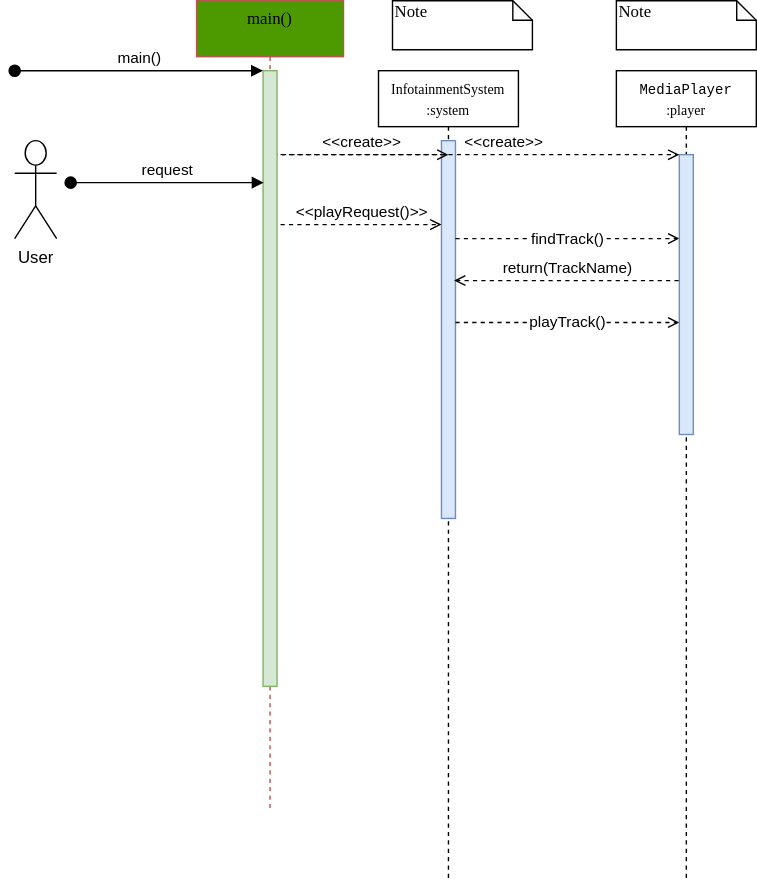
iwakawa0510/UML_Practice keeps this draw.io diagram as exercises/exercise2/sequence.drawio.svg. Above is the earlier version. Source tidied: cells renumbered, new cells last; positions are measured from the earlier drawing's top-left corner, leaving out a move shared by most shapes.
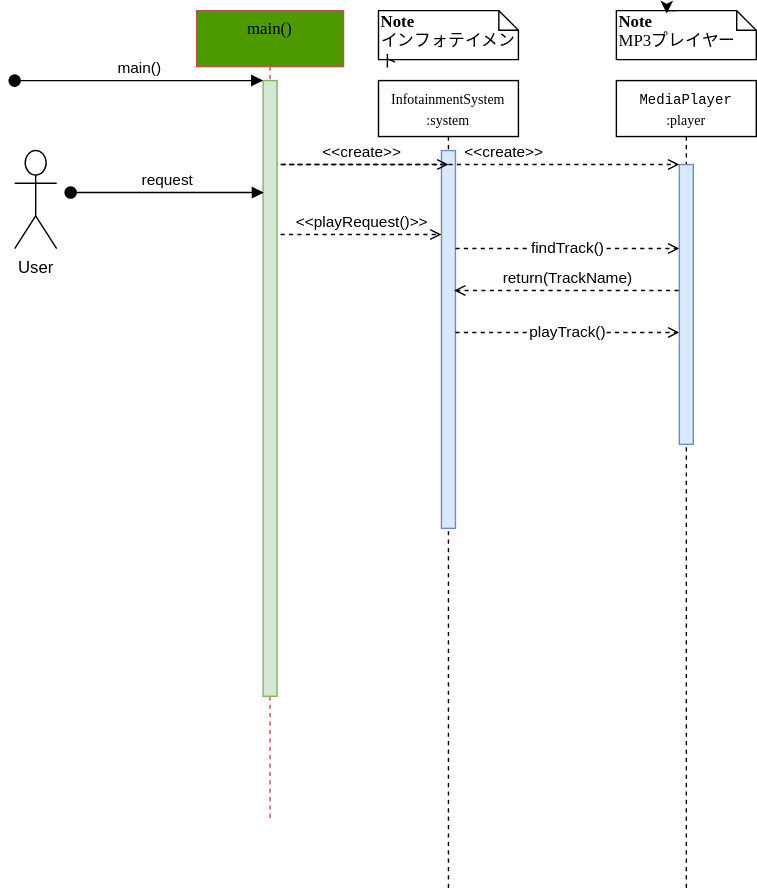
Above is the later version.

Commit message:
sequence.drawio.svg を更新します

What changed in the source:
```diff
@@ -50,10 +50,10 @@
         <mxPoint x="175" y="160" as="targetPoint" />
       </mxGeometry>
     </mxCell>
-    <mxCell id="13" value="Note" style="shape=note;whiteSpace=wrap;html=1;size=14;verticalAlign=top;align=left;spacingTop=-6;rounded=0;shadow=0;comic=0;labelBackgroundColor=none;strokeWidth=1;fontFamily=Verdana;fontSize=12;" parent="1" vertex="1">
-      <mxGeometry x="270" width="100" height="35" as="geometry" />
+    <mxCell id="13" value="&lt;b&gt;Note&lt;br&gt;&lt;/b&gt;インフォテイメント" style="shape=note;whiteSpace=wrap;html=1;size=14;verticalAlign=top;align=left;spacingTop=-6;rounded=0;shadow=0;comic=0;labelBackgroundColor=none;strokeWidth=1;fontFamily=Verdana;fontSize=12;" parent="1" vertex="1">
+      <mxGeometry x="260" width="100" height="35" as="geometry" />
     </mxCell>
-    <mxCell id="14" value="Note" style="shape=note;whiteSpace=wrap;html=1;size=14;verticalAlign=top;align=left;spacingTop=-6;rounded=0;shadow=0;comic=0;labelBackgroundColor=none;strokeWidth=1;fontFamily=Verdana;fontSize=12;" parent="1" vertex="1">
+    <mxCell id="14" value="&lt;b&gt;Note&lt;br&gt;&lt;/b&gt;MP3プレイヤー" style="shape=note;whiteSpace=wrap;html=1;size=14;verticalAlign=top;align=left;spacingTop=-6;rounded=0;shadow=0;comic=0;labelBackgroundColor=none;strokeWidth=1;fontFamily=Verdana;fontSize=12;" parent="1" vertex="1">
       <mxGeometry x="430" width="100" height="35" as="geometry" />
     </mxCell>
     <mxCell id="15" value="User&lt;div&gt;&lt;br&gt;&lt;/div&gt;" style="shape=umlActor;verticalLabelPosition=bottom;verticalAlign=top;html=1;" parent="1" vertex="1">
@@ -77,5 +77,8 @@
         <mxPoint x="178" y="130" as="targetPoint" />
       </mxGeometry>
     </mxCell>
+    <mxCell id="19" style="edgeStyle=orthogonalEdgeStyle;rounded=0;orthogonalLoop=1;jettySize=auto;html=1;exitX=0;exitY=0;exitDx=43;exitDy=0;exitPerimeter=0;entryX=0.36;entryY=0.057;entryDx=0;entryDy=0;entryPerimeter=0;" parent="1" edge="1" source="14" target="14">
+      <mxGeometry relative="1" as="geometry" />
+    </mxCell>
   </root>
 </mxGraphModel>
```
